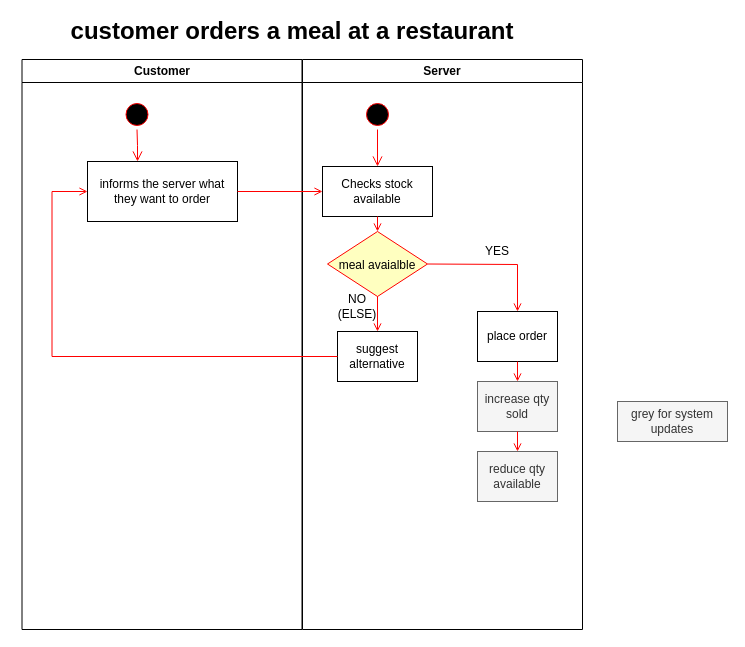
Earlier version of the draw.io diagram documentation/Activity Diagram V2.drawio (KryptoFlamingo/Inventory_Management_App). Source tidied: cells renumbered, new cells numbered last; positions are measured from the earlier drawing's top-left corner, leaving out a move shared by most shapes. Both pictures are drawn from the tidied source at 100%, with x=0, y=0 at pixel (17, 21).
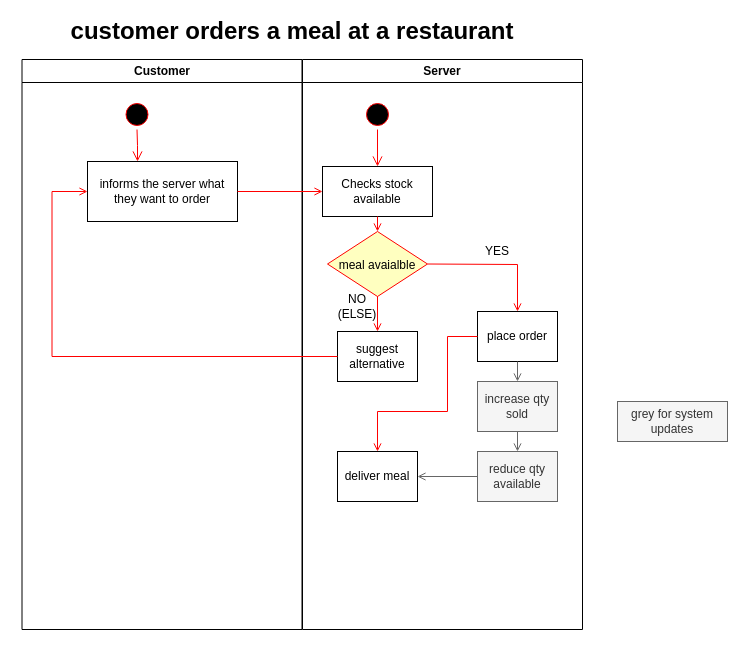
The same page after the edit.

Commit message:
added deliver meal and colour coded the system updates to differentiate them from user tasks

The change refers to these unchanged cells:
```xml
<mxCell id="6" value="Server" style="swimlane;whiteSpace=wrap;" parent="1" vertex="1">
  <mxGeometry x="285" y="38" width="280" height="570" as="geometry" />
</mxCell>
<mxCell id="16" value="place order" style="whiteSpace=wrap;" parent="6" vertex="1">
  <mxGeometry x="175" y="252" width="80" height="50" as="geometry" />
</mxCell>
<mxCell id="18" value="increase qty sold" style="whiteSpace=wrap;fillColor=#f5f5f5;strokeColor=#666666;fontColor=#333333;" parent="6" vertex="1">
  <mxGeometry x="175" y="322" width="80" height="50" as="geometry" />
</mxCell>
<mxCell id="19" value="reduce qty available" style="whiteSpace=wrap;fillColor=#f5f5f5;strokeColor=#666666;fontColor=#333333;" parent="6" vertex="1">
  <mxGeometry x="175" y="392" width="80" height="50" as="geometry" />
</mxCell>
```

Change to the diagram source:
```diff
@@
-    <mxCell id="20" style="endArrow=open;strokeColor=#FF0000;endFill=1;rounded=0;entryX=0.5;entryY=0;entryDx=0;entryDy=0;exitX=0.5;exitY=1;exitDx=0;exitDy=0;" parent="6" edge="1" source="16" target="18">
+    <mxCell id="20" style="endArrow=open;strokeColor=#666666;endFill=1;rounded=0;entryX=0.5;entryY=0;entryDx=0;entryDy=0;exitX=0.5;exitY=1;exitDx=0;exitDy=0;fillColor=#f5f5f5;" parent="6" edge="1" source="16" target="18">
       <mxGeometry relative="1" as="geometry" />
     </mxCell>
-    <mxCell id="21" style="endArrow=open;strokeColor=#FF0000;endFill=1;rounded=0;entryX=0.5;entryY=0;entryDx=0;entryDy=0;exitX=0.5;exitY=1;exitDx=0;exitDy=0;" parent="6" edge="1" source="18" target="19">
+    <mxCell id="21" style="endArrow=open;strokeColor=#666666;endFill=1;rounded=0;entryX=0.5;entryY=0;entryDx=0;entryDy=0;exitX=0.5;exitY=1;exitDx=0;exitDy=0;fillColor=#f5f5f5;" parent="6" edge="1" source="18" target="19">
       <mxGeometry relative="1" as="geometry" />
     </mxCell>
+    <mxCell id="26" value="deliver meal" style="whiteSpace=wrap;" parent="6" vertex="1">
+      <mxGeometry x="35" y="392" width="80" height="50" as="geometry" />
+    </mxCell>
+    <mxCell id="27" style="endArrow=open;strokeColor=#666666;endFill=1;rounded=0;entryX=1;entryY=0.5;entryDx=0;entryDy=0;exitX=0;exitY=0.5;exitDx=0;exitDy=0;fillColor=#f5f5f5;" parent="6" edge="1" source="19" target="26">
+      <mxGeometry relative="1" as="geometry" />
+    </mxCell>
+    <mxCell id="28" style="endArrow=open;strokeColor=#FF0000;endFill=1;rounded=0;exitX=0;exitY=0.5;exitDx=0;exitDy=0;entryX=0.5;entryY=0;entryDx=0;entryDy=0;" parent="6" edge="1" source="16" target="26">
+      <mxGeometry relative="1" as="geometry">
+        <Array as="points">
+          <mxPoint x="145" y="277" />
+          <mxPoint x="145" y="352" />
+          <mxPoint x="75" y="352" />
+        </Array>
+      </mxGeometry>
+    </mxCell>
```
